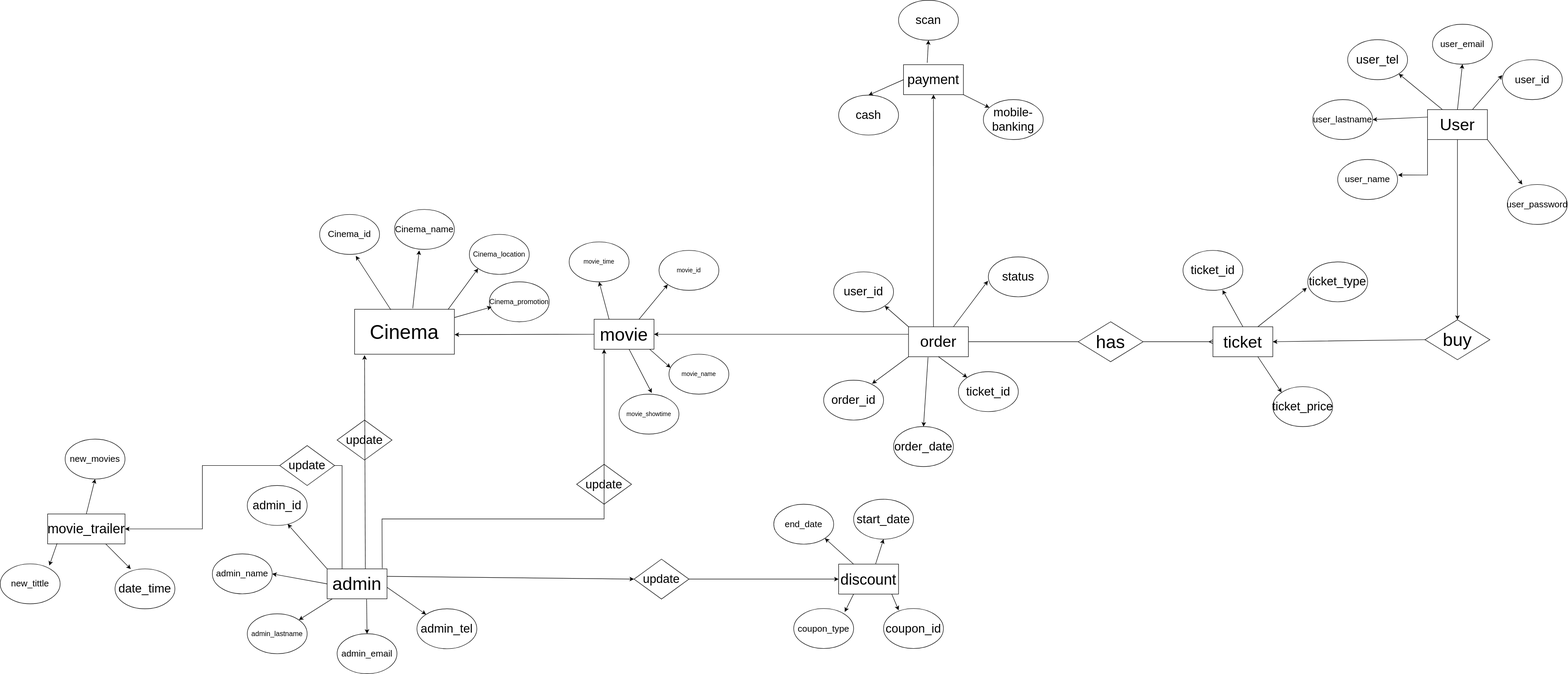
Earlier version of the draw.io export README_src/ER.svg (Mrpk2109/CinemaTicket). Source tidied: cells renumbered, new cells last; positions are measured from the earlier drawing's top-left corner, leaving out a move shared by most shapes.
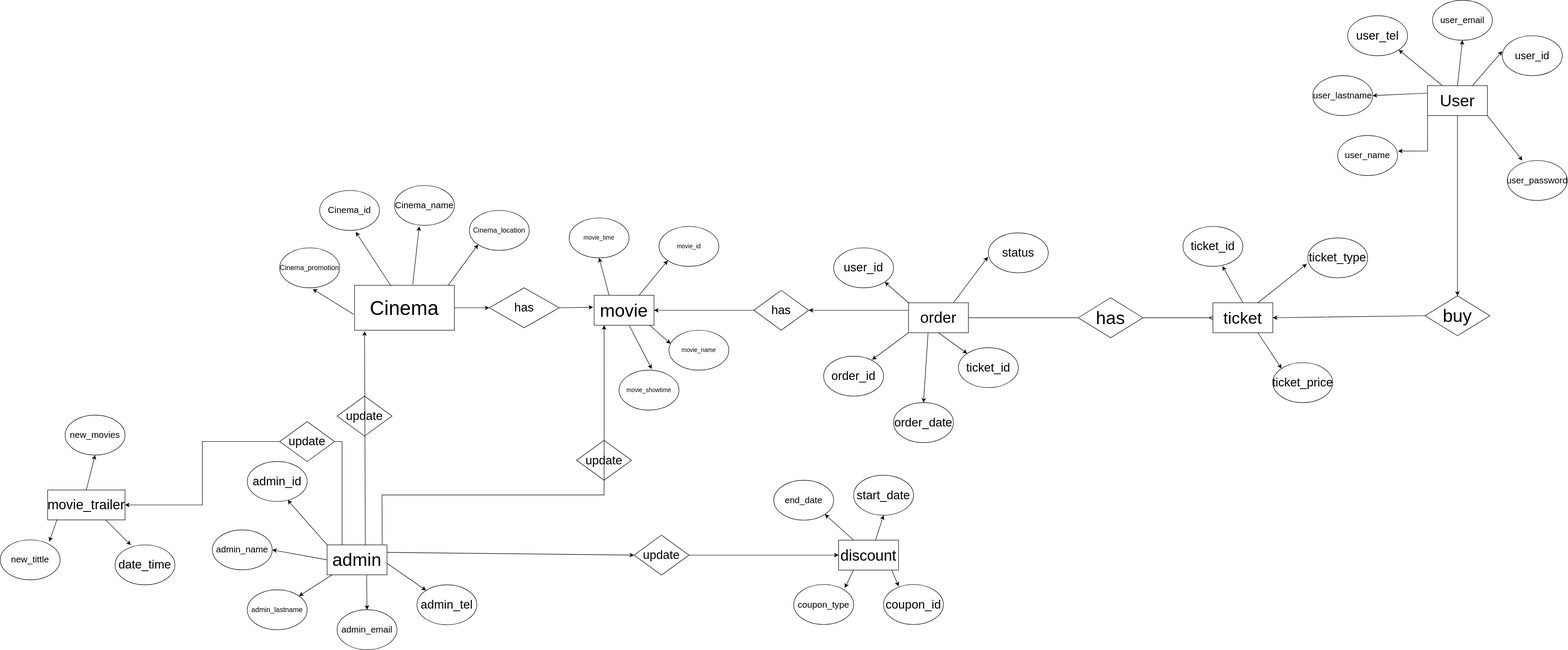
The same diagram one commit later.

Change to the diagram source:
```diff
@@ -15,12 +15,10 @@
       <mxGeometry x="640" y="429" width="120" height="80" as="geometry" />
     </mxCell>
     <mxCell id="6" value="&lt;font style=&quot;font-size: 14px;&quot;&gt;Cinema_promotion&lt;/font&gt;" style="ellipse;whiteSpace=wrap;html=1;" parent="1" vertex="1">
-      <mxGeometry x="980" y="564" width="120" height="80" as="geometry" />
+      <mxGeometry x="560" y="544" width="120" height="80" as="geometry" />
     </mxCell>
-    <mxCell id="7" style="endArrow=classic;html=1;rounded=0;" parent="1" edge="1" source="2">
-      <mxGeometry relative="1" as="geometry">
-        <mxPoint x="984.5" y="614.3" as="targetPoint" />
-      </mxGeometry>
+    <mxCell id="7" style="endArrow=classic;html=1;rounded=0;entryX=0.552;entryY=1.029;entryDx=0;entryDy=0;entryPerimeter=0;exitX=-0.01;exitY=0.646;exitDx=0;exitDy=0;exitPerimeter=0;" parent="1" edge="1" source="2" target="6">
+      <mxGeometry relative="1" as="geometry" />
     </mxCell>
     <mxCell id="8" style="endArrow=classic;html=1;rounded=0;exitX=0.938;exitY=0;exitDx=0;exitDy=0;exitPerimeter=0;entryX=0;entryY=1;entryDx=0;entryDy=0;" parent="1" edge="1" source="2" target="3">
       <mxGeometry relative="1" as="geometry" />
@@ -109,27 +107,6 @@
     <mxCell id="36" style="endArrow=classic;html=1;rounded=0;entryX=0.263;entryY=0.004;entryDx=0;entryDy=0;entryPerimeter=0;exitX=0.75;exitY=1;exitDx=0;exitDy=0;" parent="1" edge="1" source="30" target="33">
       <mxGeometry relative="1" as="geometry" />
     </mxCell>
-    <mxCell id="37" value="&lt;font style=&quot;font-size: 27px;&quot;&gt;payment&lt;/font&gt;" style="whiteSpace=wrap;html=1;" parent="1" vertex="1">
-      <mxGeometry x="1810" y="129" width="120" height="60" as="geometry" />
-    </mxCell>
-    <mxCell id="38" value="&lt;font style=&quot;font-size: 24px;&quot;&gt;mobile-banking&lt;/font&gt;" style="ellipse;whiteSpace=wrap;html=1;" parent="1" vertex="1">
-      <mxGeometry x="1970" y="199" width="120" height="80" as="geometry" />
-    </mxCell>
-    <mxCell id="39" value="&lt;font style=&quot;font-size: 24px;&quot;&gt;cash&lt;/font&gt;" style="ellipse;whiteSpace=wrap;html=1;" parent="1" vertex="1">
-      <mxGeometry x="1680" y="190" width="120" height="80" as="geometry" />
-    </mxCell>
-    <mxCell id="40" value="&lt;font style=&quot;font-size: 24px;&quot;&gt;scan&lt;/font&gt;" style="ellipse;whiteSpace=wrap;html=1;" parent="1" vertex="1">
-      <mxGeometry x="1800" width="120" height="80" as="geometry" />
-    </mxCell>
-    <mxCell id="41" style="endArrow=classic;html=1;rounded=0;entryX=0.5;entryY=1;entryDx=0;entryDy=0;exitX=0.396;exitY=-0.065;exitDx=0;exitDy=0;exitPerimeter=0;" parent="1" edge="1" source="37" target="40">
-      <mxGeometry relative="1" as="geometry" />
-    </mxCell>
-    <mxCell id="42" style="endArrow=classic;html=1;rounded=0;entryX=0.5;entryY=0;entryDx=0;entryDy=0;exitX=0;exitY=0.5;exitDx=0;exitDy=0;" parent="1" edge="1" source="37" target="39">
-      <mxGeometry relative="1" as="geometry" />
-    </mxCell>
-    <mxCell id="43" style="endArrow=classic;html=1;rounded=0;exitX=1;exitY=1;exitDx=0;exitDy=0;" parent="1" edge="1" source="37" target="38">
-      <mxGeometry relative="1" as="geometry" />
-    </mxCell>
     <mxCell id="44" value="&lt;font style=&quot;font-size: 31px;&quot;&gt;order&lt;/font&gt;" style="whiteSpace=wrap;html=1;" parent="1" vertex="1">
       <mxGeometry x="1820" y="654" width="120" height="60" as="geometry" />
     </mxCell>
@@ -265,7 +242,7 @@
     <mxCell id="86" value="movie_showtime" style="ellipse;whiteSpace=wrap;html=1;" parent="1" vertex="1">
       <mxGeometry x="1240" y="789" width="120" height="80" as="geometry" />
     </mxCell>
-    <mxCell id="87" style="endArrow=classic;html=1;rounded=0;exitX=0;exitY=0.5;exitDx=0;exitDy=0;entryX=1.002;entryY=0.563;entryDx=0;entryDy=0;entryPerimeter=0;" parent="1" edge="1" source="82" target="2">
+    <mxCell id="87" style="endArrow=classic;html=1;rounded=0;exitX=1;exitY=0.5;exitDx=0;exitDy=0;entryX=-0.017;entryY=0.4;entryDx=0;entryDy=0;entryPerimeter=0;" parent="1" edge="1" source="103" target="82">
       <mxGeometry relative="1" as="geometry" />
     </mxCell>
     <mxCell id="88" style="endArrow=classic;html=1;rounded=0;exitX=0.25;exitY=0;exitDx=0;exitDy=0;entryX=0.5;entryY=1;entryDx=0;entryDy=0;" parent="1" edge="1" source="82" target="83">
@@ -280,9 +257,6 @@
     <mxCell id="91" style="endArrow=classic;html=1;rounded=0;exitX=0.584;exitY=0.998;exitDx=0;exitDy=0;entryX=0.546;entryY=-0.031;entryDx=0;entryDy=0;entryPerimeter=0;exitPerimeter=0;" parent="1" edge="1" source="82" target="86">
       <mxGeometry relative="1" as="geometry" />
     </mxCell>
-    <mxCell id="92" style="endArrow=classic;html=1;rounded=0;entryX=0.5;entryY=1;entryDx=0;entryDy=0;exitX=0.417;exitY=0.004;exitDx=0;exitDy=0;exitPerimeter=0;" parent="1" edge="1" source="44" target="37">
-      <mxGeometry relative="1" as="geometry" />
-    </mxCell>
     <mxCell id="93" style="endArrow=classic;html=1;rounded=0;entryX=0.5;entryY=1;entryDx=0;entryDy=0;exitX=0.5;exitY=0;exitDx=0;exitDy=0;" parent="1" edge="1" source="12" target="14">
       <mxGeometry relative="1" as="geometry" />
     </mxCell>
@@ -320,8 +294,20 @@
     <mxCell id="100" value="&lt;font style=&quot;font-size: 36px;&quot;&gt;buy&lt;/font&gt;" style="rhombus;whiteSpace=wrap;html=1;" parent="1" vertex="1">
       <mxGeometry x="2855" y="640" width="130" height="80" as="geometry" />
     </mxCell>
-    <mxCell id="101" style="endArrow=classic;html=1;rounded=0;entryX=1;entryY=0.5;entryDx=0;entryDy=0;exitX=0;exitY=0.25;exitDx=0;exitDy=0;" parent="1" edge="1" source="44" target="82">
+    <mxCell id="101" style="endArrow=classic;html=1;rounded=0;entryX=1;entryY=0.5;entryDx=0;entryDy=0;exitX=0;exitY=0.5;exitDx=0;exitDy=0;" parent="1" edge="1" source="105" target="82">
       <mxGeometry relative="1" as="geometry" />
     </mxCell>
+    <mxCell id="102" style="endArrow=classic;html=1;rounded=0;exitX=1;exitY=0.5;exitDx=0;exitDy=0;entryX=0;entryY=0.5;entryDx=0;entryDy=0;" parent="1" edge="1" source="2" target="103">
+      <mxGeometry relative="1" as="geometry" />
+    </mxCell>
+    <mxCell id="103" value="&lt;font style=&quot;font-size: 24px;&quot;&gt;has&lt;/font&gt;" style="rhombus;whiteSpace=wrap;html=1;" parent="1" vertex="1">
+      <mxGeometry x="980" y="624" width="140" height="80" as="geometry" />
+    </mxCell>
+    <mxCell id="104" style="endArrow=classic;html=1;rounded=0;entryX=1;entryY=0.5;entryDx=0;entryDy=0;exitX=0;exitY=0.25;exitDx=0;exitDy=0;" parent="1" edge="1" source="44" target="105">
+      <mxGeometry relative="1" as="geometry" />
+    </mxCell>
+    <mxCell id="105" value="&lt;font style=&quot;font-size: 24px;&quot;&gt;has&lt;/font&gt;" style="rhombus;whiteSpace=wrap;html=1;" parent="1" vertex="1">
+      <mxGeometry x="1510" y="629" width="110" height="80" as="geometry" />
+    </mxCell>
   </root>
 </mxGraphModel>
```
